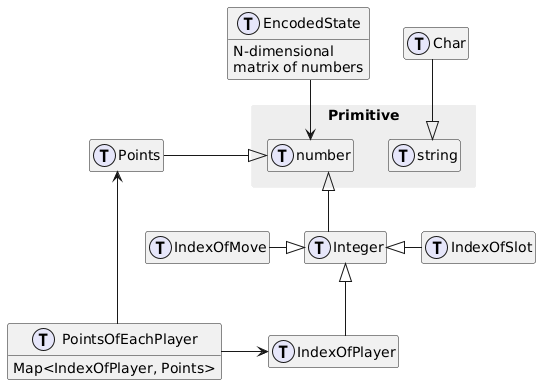
The PlantUML diagram academic_work/assets/images/types_diagram.png in gabdumal/tcc-gabriel-malosto-2026, before a commit.
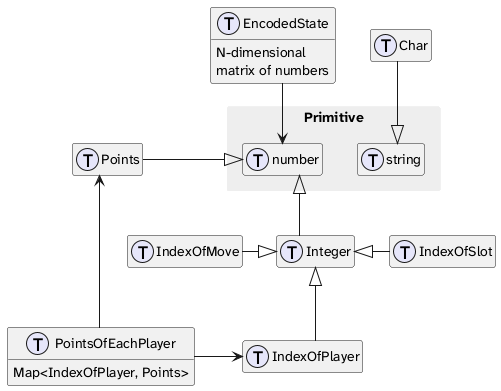
The same diagram one commit later.

Diff of the diagram source:
```diff
@@ -1,4 +1,5 @@
-@startuml
+@startuml types_diagram
+
 skinparam linetype ortho
 skinparam packageStyle rectangle
 skinparam PackageBorderColor transparent
@@ -47,4 +48,5 @@
   Points <-- PointsOfEachPlayer
   PointsOfEachPlayer -right-> IndexOfPlayer
 
+
 @enduml
```
